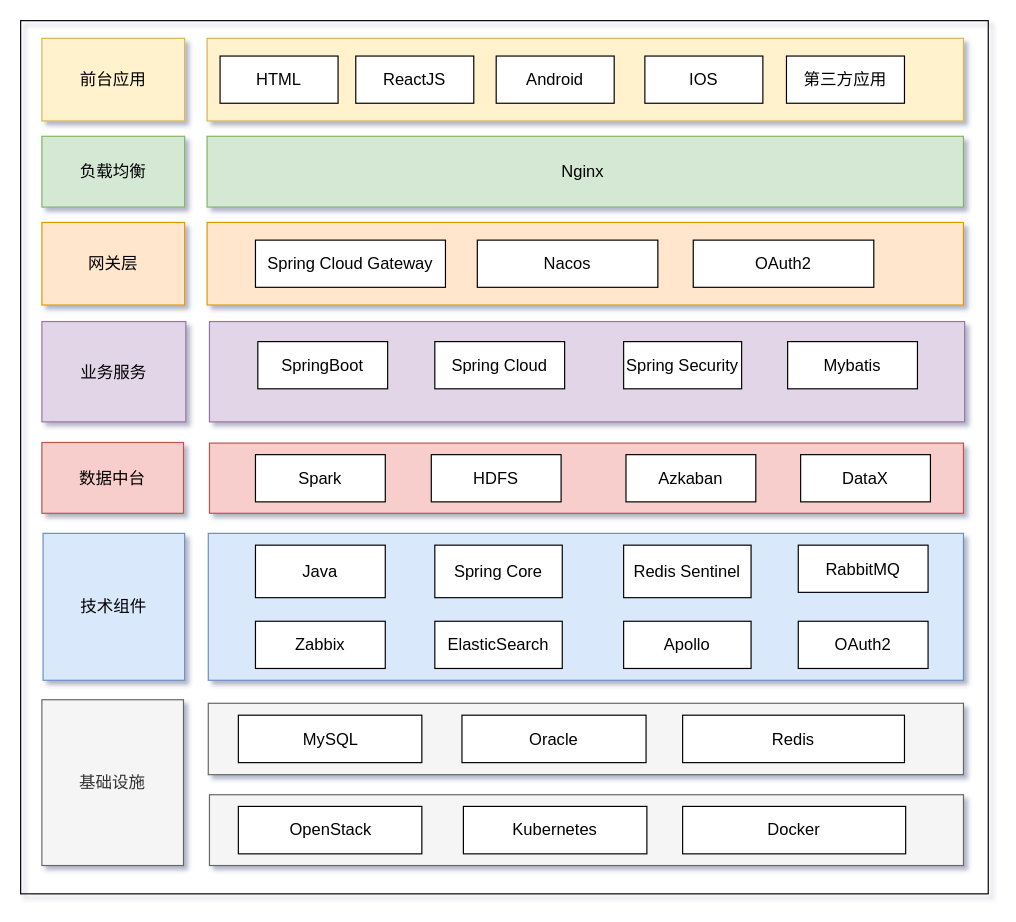
Before: 阿拉丁总体技术架构.drawio in huyunzhen/diagrams, a draw.io diagram. Source tidied: cells renumbered, new cells numbered last; positions are measured from the earlier drawing's top-left corner, leaving out a move shared by most shapes. Both pictures are drawn from the tidied source at 118%, with x=0, y=0 at pixel (20, 20).
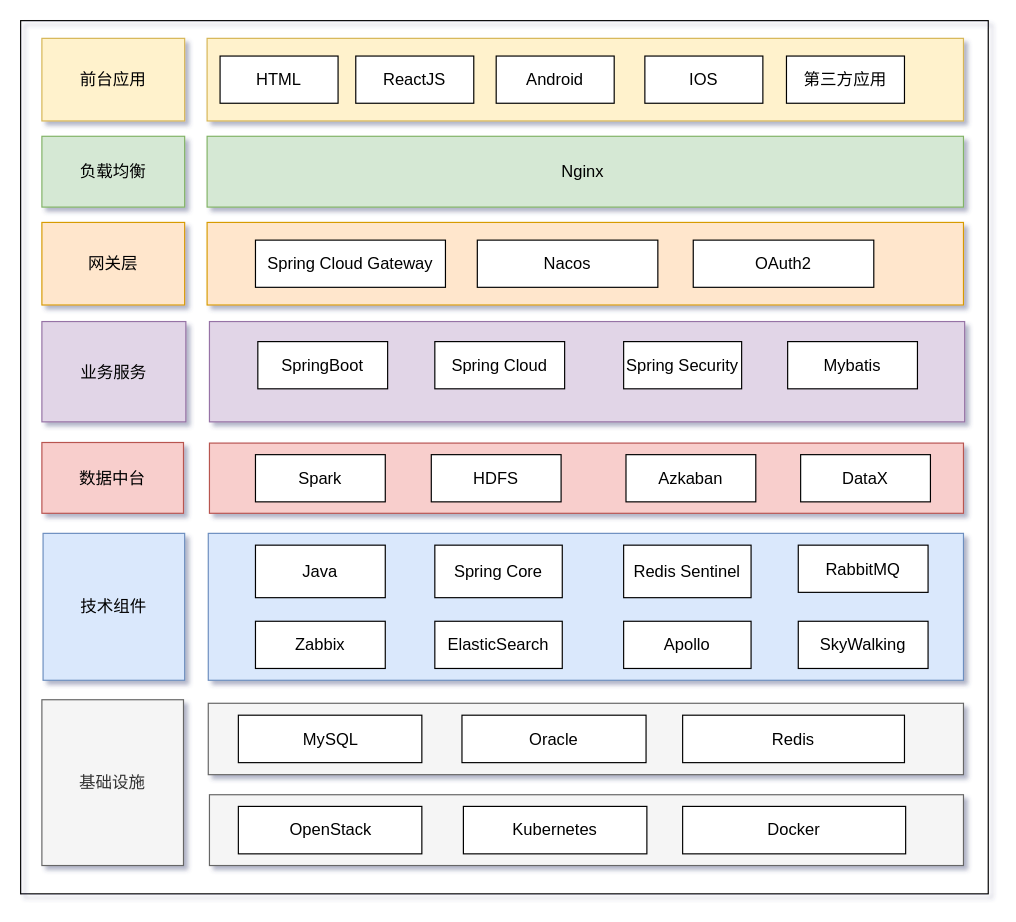
The same page after the edit.

Commit message:
更新阿拉丁总体技术架构.drawio

Change to the diagram source:
```diff
@@
-    <mxCell id="31" value="OAuth2" style="rounded=0;whiteSpace=wrap;html=1;fontFamily=Helvetica;fontSize=14;" parent="1" vertex="1">
+    <mxCell id="31" value="SkyWalking" style="rounded=0;whiteSpace=wrap;html=1;fontFamily=Helvetica;fontSize=14;" parent="1" vertex="1">
       <mxGeometry x="659" y="509" width="110" height="40" as="geometry" />
     </mxCell>
```
